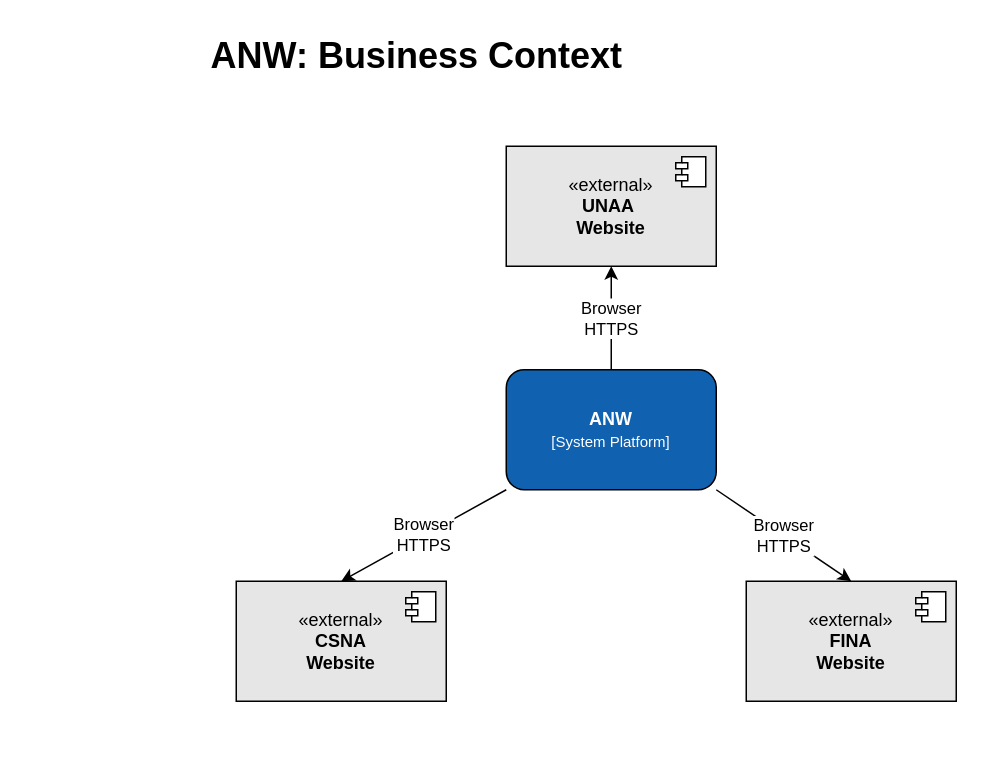
This is documentation/src/main/draw.io/Business Context Diagram.drawio from mjremijan/ferris-anw, a draw.io file, before an edit. Source tidied: cells renumbered, new cells numbered last; positions are measured from the earlier drawing's top-left corner, leaving out a move shared by most shapes. Both pictures are drawn from the tidied source at 150%, with x=0, y=0 at pixel (26, 26).
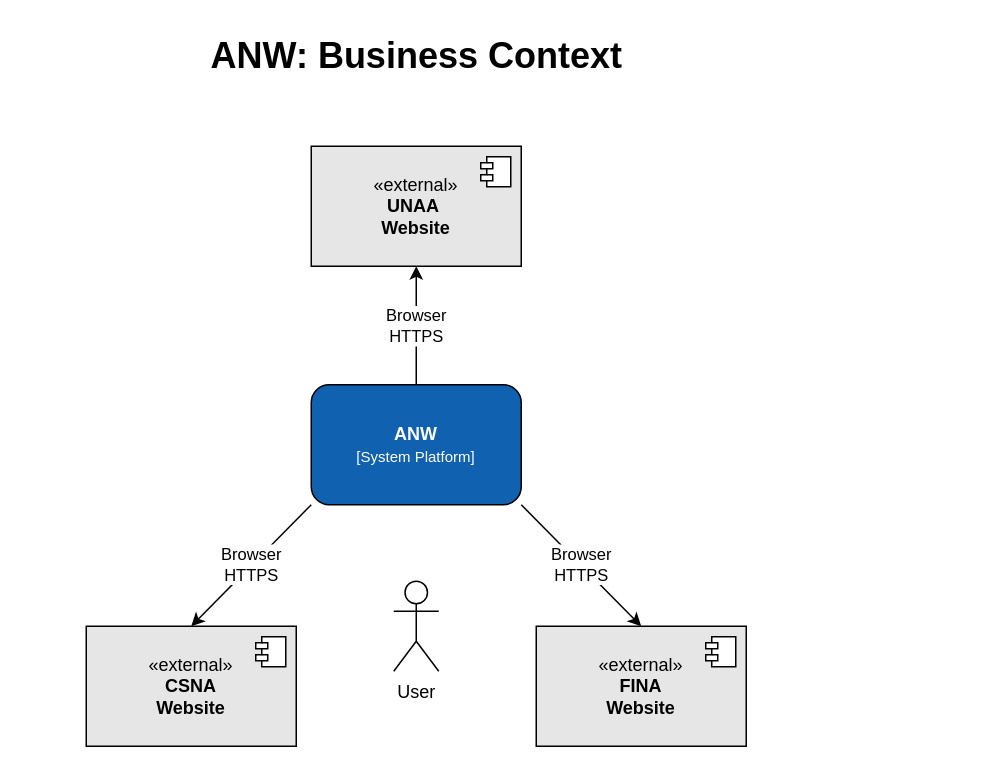
The same page after the edit.

Commit message:
Aligning boxes, addes user

Change to the diagram source:
```diff
@@
 <mxGraphModel>
   <root>
     <mxCell id="0" />
     <mxCell id="1" parent="0" />
     <mxCell id="2" value="&lt;b&gt;&lt;font style=&quot;color: rgb(255, 255, 255);&quot;&gt;ANW&lt;/font&gt;&lt;/b&gt;&lt;div&gt;&lt;font style=&quot;font-size: 10px; color: rgb(255, 255, 255);&quot;&gt;[System Platform]&lt;/font&gt;&lt;/div&gt;" style="rounded=1;whiteSpace=wrap;html=1;fillColor=#1061B0;" parent="1" vertex="1">
-      <mxGeometry x="320" y="229" width="140" height="80" as="geometry" />
+      <mxGeometry x="190" y="239" width="140" height="80" as="geometry" />
     </mxCell>
     <mxCell id="3" value="&lt;font&gt;«&lt;/font&gt;external»&lt;br&gt;&lt;b&gt;UNAA&amp;nbsp;&lt;/b&gt;&lt;div&gt;&lt;b&gt;Website&lt;/b&gt;&lt;/div&gt;" style="html=1;whiteSpace=wrap;fillColor=#E6E6E6;" parent="1" vertex="1">
-      <mxGeometry x="320" y="80" width="140" height="80" as="geometry" />
+      <mxGeometry x="190" y="80" width="140" height="80" as="geometry" />
     </mxCell>
     <mxCell id="4" style="shape=module;jettyWidth=8;jettyHeight=4;" parent="3" vertex="1">
       <mxGeometry x="1" width="20" height="20" relative="1" as="geometry">
         <mxPoint x="-27" y="7" as="offset" />
       </mxGeometry>
     </mxCell>
     <mxCell id="5" value="Browser&lt;div&gt;HTTPS&lt;/div&gt;" style="rounded=0;jettySize=auto;html=1;entryX=1;entryY=1;entryDx=0;entryDy=0;startArrow=classic;startFill=1;endArrow=none;exitX=0.5;exitY=0;exitDx=0;exitDy=0;" parent="1" edge="1" source="6" target="2">
       <mxGeometry relative="1" as="geometry" />
     </mxCell>
     <mxCell id="6" value="&lt;font&gt;«&lt;/font&gt;external»&lt;br&gt;&lt;b&gt;FINA&lt;/b&gt;&lt;div&gt;&lt;b&gt;Website&lt;/b&gt;&lt;/div&gt;" style="html=1;whiteSpace=wrap;fillColor=#E6E6E6;" parent="1" vertex="1">
-      <mxGeometry x="480" y="370" width="140" height="80" as="geometry" />
+      <mxGeometry x="340" y="400" width="140" height="80" as="geometry" />
     </mxCell>
     <mxCell id="7" style="shape=module;jettyWidth=8;jettyHeight=4;" parent="6" vertex="1">
       <mxGeometry x="1" width="20" height="20" relative="1" as="geometry">
         <mxPoint x="-27" y="7" as="offset" />
       </mxGeometry>
     </mxCell>
     <mxCell id="8" value="Browser&lt;div&gt;HTTPS&lt;/div&gt;" style="rounded=0;jettySize=auto;html=1;entryX=0;entryY=1;entryDx=0;entryDy=0;endArrow=none;startFill=1;startArrow=classic;exitX=0.5;exitY=0;exitDx=0;exitDy=0;" parent="1" edge="1" source="9" target="2">
       <mxGeometry relative="1" as="geometry" />
     </mxCell>
     <mxCell id="9" value="&lt;font&gt;«&lt;/font&gt;external»&lt;br&gt;&lt;b&gt;CSNA&lt;/b&gt;&lt;div&gt;&lt;b&gt;Website&lt;/b&gt;&lt;/div&gt;" style="html=1;whiteSpace=wrap;fillColor=#E6E6E6;" parent="1" vertex="1">
-      <mxGeometry x="140" y="370" width="140" height="80" as="geometry" />
+      <mxGeometry x="40" y="400" width="140" height="80" as="geometry" />
     </mxCell>
     <mxCell id="10" style="shape=module;jettyWidth=8;jettyHeight=4;" parent="9" vertex="1">
       <mxGeometry x="1" width="20" height="20" relative="1" as="geometry">
         <mxPoint x="-27" y="7" as="offset" />
       </mxGeometry>
     </mxCell>
     <mxCell id="11" value="Browser&lt;div&gt;HTTPS&lt;/div&gt;" style="rounded=0;jettySize=auto;html=1;entryX=0.5;entryY=0;entryDx=0;entryDy=0;startArrow=classic;startFill=1;endArrow=none;exitX=0.5;exitY=1;exitDx=0;exitDy=0;" parent="1" edge="1" source="3" target="2">
       <mxGeometry relative="1" as="geometry" />
     </mxCell>
+    <mxCell id="14" value="User" style="shape=umlActor;verticalLabelPosition=bottom;verticalAlign=top;html=1;" parent="1" vertex="1">
+      <mxGeometry x="245" y="370" width="30" height="60" as="geometry" />
+    </mxCell>
     <mxCell id="12" parent="0" />
     <mxCell id="13" value="ANW:&amp;nbsp;&lt;span style=&quot;background-color: transparent; color: light-dark(rgb(0, 0, 0), rgb(255, 255, 255));&quot;&gt;Business Context&lt;/span&gt;" style="text;strokeColor=none;fillColor=none;html=1;fontSize=24;fontStyle=1;verticalAlign=middle;align=center;" parent="12" vertex="1">
       <mxGeometry width="520" height="40" as="geometry" />
     </mxCell>
   </root>
 </mxGraphModel>
```
